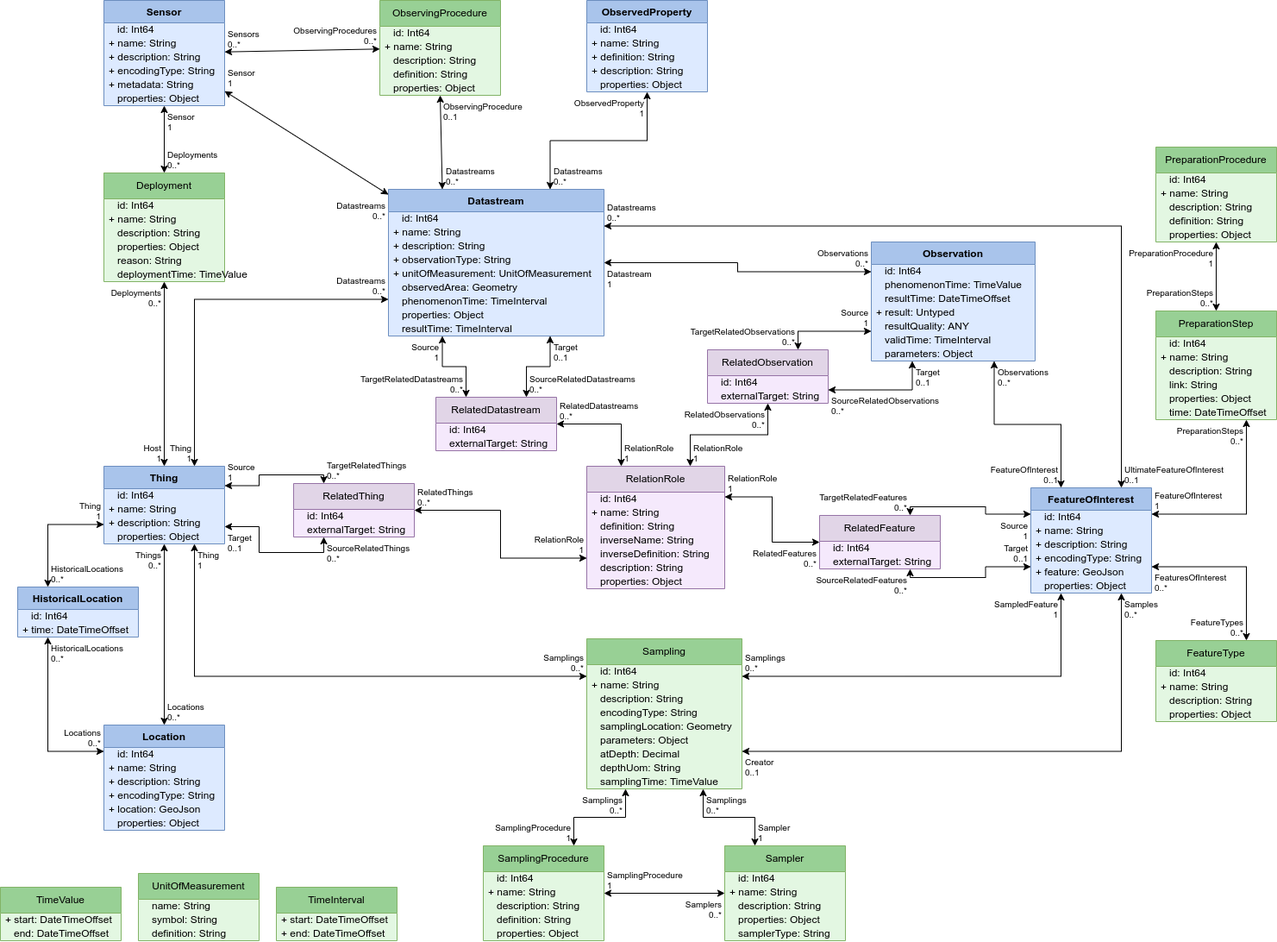
This is Datamodel-SensorThingsApi-WaterQualityIE-implemented.drawio.png from hylkevds/FROST-Server.Plugin.WaterQualityIE, a draw.io export, as it was before one commit. Source tidied: cells renumbered, new cells last; positions are measured from the earlier drawing's top-left corner, leaving out a move shared by most shapes.
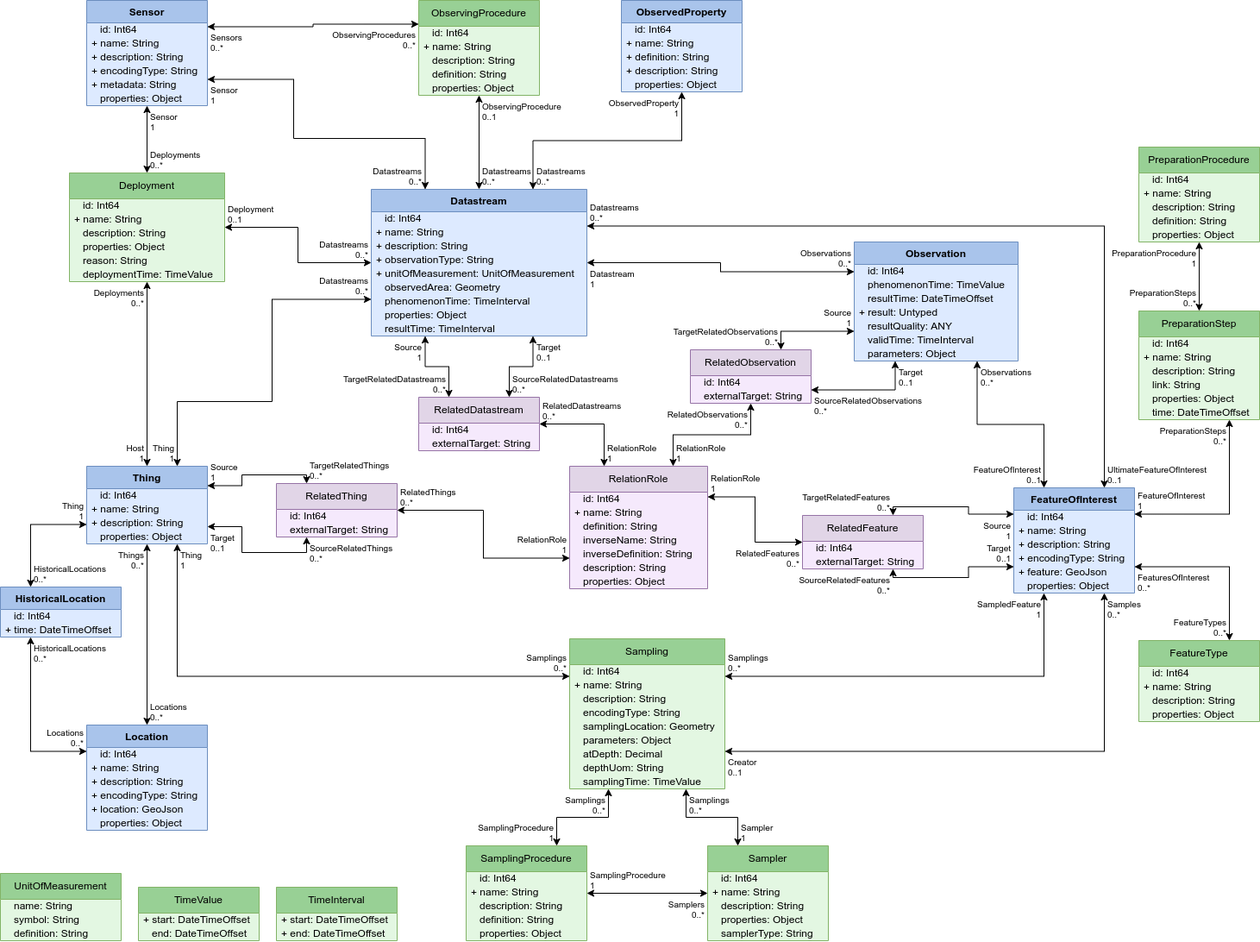
Later version of the same file.

Commit message:
Added Datastream -> Deployment link

Change to the diagram source:
```diff
@@ -33,25 +33,25 @@
       <mxGeometry y="154" width="250" height="16" as="geometry" />
     </mxCell>
     <mxCell id="12" value="Deployment" style="swimlane;fontStyle=0;horizontal=1;startSize=30;whiteSpace=wrap;html=1;fillColor=#98D095;strokeColor=#82b366;swimlaneFillColor=#E3F7E2;" parent="1" vertex="1">
-      <mxGeometry x="120" y="200" width="140" height="126" as="geometry" />
+      <mxGeometry x="100" y="200" width="180" height="126" as="geometry" />
     </mxCell>
     <mxCell id="13" value="&amp;nbsp;&amp;nbsp;&amp;nbsp;id: Int64" style="text;strokeColor=none;fillColor=none;align=left;verticalAlign=middle;spacingLeft=4;spacingRight=4;overflow=visible;html=1;" parent="12" vertex="1">
-      <mxGeometry y="30" width="140" height="16" as="geometry" />
+      <mxGeometry y="30" width="180" height="16" as="geometry" />
     </mxCell>
     <mxCell id="14" value="+ name: String" style="text;strokeColor=none;fillColor=none;align=left;verticalAlign=middle;spacingLeft=4;spacingRight=4;overflow=visible;html=1;" parent="12" vertex="1">
-      <mxGeometry y="46" width="140" height="16" as="geometry" />
+      <mxGeometry y="46" width="180" height="16" as="geometry" />
     </mxCell>
     <mxCell id="15" value="&amp;nbsp;&amp;nbsp;&amp;nbsp;description: String" style="text;strokeColor=none;fillColor=none;align=left;verticalAlign=middle;spacingLeft=4;spacingRight=4;overflow=visible;html=1;" parent="12" vertex="1">
-      <mxGeometry y="62" width="140" height="16" as="geometry" />
+      <mxGeometry y="62" width="180" height="16" as="geometry" />
     </mxCell>
     <mxCell id="16" value="&amp;nbsp;&amp;nbsp;&amp;nbsp;properties: Object" style="text;strokeColor=none;fillColor=none;align=left;verticalAlign=middle;spacingLeft=4;spacingRight=4;overflow=visible;html=1;" parent="12" vertex="1">
-      <mxGeometry y="78" width="140" height="16" as="geometry" />
+      <mxGeometry y="78" width="180" height="16" as="geometry" />
     </mxCell>
     <mxCell id="17" value="&amp;nbsp;&amp;nbsp;&amp;nbsp;reason: String" style="text;strokeColor=none;fillColor=none;align=left;verticalAlign=middle;spacingLeft=4;spacingRight=4;overflow=visible;html=1;" parent="12" vertex="1">
-      <mxGeometry y="94" width="140" height="16" as="geometry" />
+      <mxGeometry y="94" width="180" height="16" as="geometry" />
     </mxCell>
     <mxCell id="18" value="&amp;nbsp;&amp;nbsp;&amp;nbsp;deploymentTime: TimeValue" style="text;strokeColor=none;fillColor=none;align=left;verticalAlign=middle;spacingLeft=4;spacingRight=4;overflow=visible;html=1;" parent="12" vertex="1">
-      <mxGeometry y="110" width="140" height="16" as="geometry" />
+      <mxGeometry y="110" width="180" height="16" as="geometry" />
     </mxCell>
     <mxCell id="19" value="FeatureOfInterest" style="swimlane;fontStyle=1;horizontal=1;startSize=26;whiteSpace=wrap;html=1;fillColor=#A9C4EB;strokeColor=#6c8ebf;swimlaneFillColor=#DDEAFF;verticalAlign=top;" parent="1" vertex="1">
       <mxGeometry x="1195" y="565" width="140" height="122" as="geometry" />
@@ -189,7 +189,7 @@
       <mxGeometry x="1" relative="1" as="geometry" />
     </mxCell>
     <mxCell id="64" value="ObservedProperty" style="swimlane;fontStyle=1;horizontal=1;startSize=26;whiteSpace=wrap;html=1;fillColor=#A9C4EB;strokeColor=#6c8ebf;swimlaneFillColor=#DDEAFF;verticalAlign=top;" parent="1" vertex="1">
-      <mxGeometry x="680" width="140" height="106" as="geometry" />
+      <mxGeometry x="740" width="140" height="106" as="geometry" />
     </mxCell>
     <mxCell id="65" value="&amp;nbsp;&amp;nbsp;&amp;nbsp;id: Int64" style="text;strokeColor=none;fillColor=none;align=left;verticalAlign=middle;spacingLeft=4;spacingRight=4;overflow=visible;html=1;" parent="64" vertex="1">
       <mxGeometry y="26" width="140" height="16" as="geometry" />
@@ -206,7 +206,7 @@
     <mxCell id="69" value="&amp;nbsp;&amp;nbsp;&amp;nbsp;properties: Object" style="text;strokeColor=none;fillColor=none;align=left;verticalAlign=middle;spacingLeft=4;spacingRight=4;overflow=visible;html=1;" parent="64" vertex="1">
       <mxGeometry y="90" width="140" height="16" as="geometry" />
     </mxCell>
-    <mxCell id="70" style="endArrow=classic;startArrow=classic;html=1;rounded=0;edgeStyle=orthogonalEdgeStyle;entryX=0.75;entryY=0;entryDx=0;entryDy=0;" parent="1" edge="1" source="64" target="2">
+    <mxCell id="70" style="endArrow=classic;startArrow=classic;html=1;rounded=0;edgeStyle=orthogonalEdgeStyle;entryX=0.75;entryY=0;entryDx=0;entryDy=0;exitX=0.5;exitY=1;exitDx=0;exitDy=0;" parent="1" edge="1" source="64" target="2">
       <mxGeometry relative="1" as="geometry" />
     </mxCell>
     <mxCell id="71" value="ObservedProperty&lt;br&gt;1" style="edgeLabel;html=1;align=right;verticalAlign=top;labelBackgroundColor=none;fontSize=10;spacingLeft=1;spacing=3;spacingRight=2;" parent="70" vertex="1">
@@ -216,7 +216,7 @@
       <mxGeometry x="1" relative="1" as="geometry" />
     </mxCell>
     <mxCell id="73" value="ObservingProcedure" style="swimlane;fontStyle=0;horizontal=1;startSize=30;whiteSpace=wrap;html=1;fillColor=#98D095;strokeColor=#82b366;swimlaneFillColor=#E3F7E2;" parent="1" vertex="1">
-      <mxGeometry x="440" width="140" height="110" as="geometry" />
+      <mxGeometry x="505" width="140" height="110" as="geometry" />
     </mxCell>
     <mxCell id="74" value="&amp;nbsp;&amp;nbsp;&amp;nbsp;id: Int64" style="text;strokeColor=none;fillColor=none;align=left;verticalAlign=middle;spacingLeft=4;spacingRight=4;overflow=visible;html=1;" parent="73" vertex="1">
       <mxGeometry y="30" width="140" height="16" as="geometry" />
@@ -233,7 +233,7 @@
     <mxCell id="78" value="&amp;nbsp;&amp;nbsp;&amp;nbsp;properties: Object" style="text;strokeColor=none;fillColor=none;align=left;verticalAlign=middle;spacingLeft=4;spacingRight=4;overflow=visible;html=1;" parent="73" vertex="1">
       <mxGeometry y="94" width="140" height="16" as="geometry" />
     </mxCell>
-    <mxCell id="79" style="endArrow=classic;startArrow=classic;html=1;rounded=0;noEdgeStyle=1;entryX=0.25;entryY=0;entryDx=0;entryDy=0;exitX=0.5;exitY=1;exitDx=0;exitDy=0;" parent="1" edge="1" source="73" target="2">
+    <mxCell id="79" style="endArrow=classic;startArrow=classic;html=1;rounded=0;noEdgeStyle=1;entryX=0.5;entryY=0;entryDx=0;entryDy=0;exitX=0.5;exitY=1;exitDx=0;exitDy=0;" parent="1" edge="1" source="73" target="2">
       <mxGeometry relative="1" as="geometry" />
     </mxCell>
     <mxCell id="80" value="ObservingProcedure&lt;br&gt;0..1" style="edgeLabel;html=1;align=left;verticalAlign=top;labelBackgroundColor=none;fontSize=10;spacingLeft=1;spacing=3;spacingRight=2;" parent="79" vertex="1">
@@ -581,13 +581,19 @@
     <mxCell id="194" value="&amp;nbsp;&amp;nbsp;&amp;nbsp;properties: Object" style="text;strokeColor=none;fillColor=none;align=left;verticalAlign=middle;spacingLeft=4;spacingRight=4;overflow=visible;html=1;" parent="188" vertex="1">
       <mxGeometry y="106" width="140" height="16" as="geometry" />
     </mxCell>
-    <mxCell id="195" style="endArrow=classic;startArrow=classic;html=1;rounded=0;noEdgeStyle=1;" parent="1" edge="1" source="188" target="2">
-      <mxGeometry relative="1" as="geometry" />
+    <mxCell id="195" style="endArrow=classic;startArrow=classic;html=1;rounded=0;entryX=0.25;entryY=0;entryDx=0;entryDy=0;edgeStyle=orthogonalEdgeStyle;exitX=1;exitY=0.75;exitDx=0;exitDy=0;" parent="1" edge="1" source="188" target="2">
+      <mxGeometry relative="1" as="geometry">
+        <Array as="points">
+          <mxPoint x="360" y="91" />
+          <mxPoint x="360" y="160" />
+          <mxPoint x="513" y="160" />
+        </Array>
+      </mxGeometry>
     </mxCell>
-    <mxCell id="196" value="Sensor&lt;br&gt;1" style="edgeLabel;html=1;align=left;verticalAlign=bottom;labelBackgroundColor=none;fontSize=10;spacingLeft=1;spacing=3;spacingRight=2;" parent="195" vertex="1">
+    <mxCell id="196" value="Sensor&lt;br&gt;1" style="edgeLabel;html=1;align=left;verticalAlign=top;labelBackgroundColor=none;fontSize=10;spacingLeft=1;spacing=3;spacingRight=2;" parent="195" vertex="1">
       <mxGeometry x="-1" relative="1" as="geometry" />
     </mxCell>
-    <mxCell id="197" value="Datastreams&lt;br&gt;0..*" style="edgeLabel;html=1;align=right;verticalAlign=top;labelBackgroundColor=none;fontSize=10;spacingLeft=1;spacing=3;spacingRight=2;" parent="195" vertex="1">
+    <mxCell id="197" value="Datastreams&lt;br&gt;0..*" style="edgeLabel;html=1;align=right;verticalAlign=bottom;labelBackgroundColor=none;fontSize=10;spacingLeft=1;spacing=3;spacingRight=2;" parent="195" vertex="1">
       <mxGeometry x="1" relative="1" as="geometry" />
     </mxCell>
     <mxCell id="198" style="endArrow=classic;startArrow=classic;html=1;rounded=0;noEdgeStyle=1;" parent="1" edge="1" source="188" target="12">
@@ -599,13 +605,13 @@
     <mxCell id="200" value="Deployments&lt;br&gt;0..*" style="edgeLabel;html=1;align=left;verticalAlign=bottom;labelBackgroundColor=none;fontSize=10;spacingLeft=1;spacing=3;spacingRight=2;" parent="198" vertex="1">
       <mxGeometry x="1" relative="1" as="geometry" />
     </mxCell>
-    <mxCell id="201" style="endArrow=classic;startArrow=classic;html=1;rounded=0;noEdgeStyle=1;" parent="1" edge="1" source="188" target="73">
+    <mxCell id="201" style="endArrow=classic;startArrow=classic;html=1;rounded=0;edgeStyle=orthogonalEdgeStyle;exitX=1;exitY=0.25;exitDx=0;exitDy=0;entryX=0;entryY=0.25;entryDx=0;entryDy=0;" parent="1" edge="1" source="188" target="73">
       <mxGeometry relative="1" as="geometry" />
     </mxCell>
-    <mxCell id="202" value="Sensors&lt;br&gt;0..*" style="edgeLabel;html=1;align=left;verticalAlign=bottom;labelBackgroundColor=none;fontSize=10;spacingLeft=1;spacing=3;spacingRight=2;" parent="201" vertex="1">
+    <mxCell id="202" value="Sensors&lt;br&gt;0..*" style="edgeLabel;html=1;align=left;verticalAlign=top;labelBackgroundColor=none;fontSize=10;spacingLeft=1;spacing=3;spacingRight=2;" parent="201" vertex="1">
       <mxGeometry x="-1" relative="1" as="geometry" />
     </mxCell>
-    <mxCell id="203" value="ObservingProcedures&lt;br&gt;0..*" style="edgeLabel;html=1;align=right;verticalAlign=bottom;labelBackgroundColor=none;fontSize=10;spacingLeft=1;spacing=3;spacingRight=2;" parent="201" vertex="1">
+    <mxCell id="203" value="ObservingProcedures&lt;br&gt;0..*" style="edgeLabel;html=1;align=right;verticalAlign=top;labelBackgroundColor=none;fontSize=10;spacingLeft=1;spacing=3;spacingRight=2;" parent="201" vertex="1">
       <mxGeometry x="1" relative="1" as="geometry" />
     </mxCell>
     <mxCell id="204" value="Thing" style="swimlane;fontStyle=1;horizontal=1;startSize=26;whiteSpace=wrap;html=1;fillColor=#A9C4EB;strokeColor=#6c8ebf;swimlaneFillColor=#DDEAFF;verticalAlign=top;" parent="1" vertex="1">
@@ -685,7 +691,13 @@
       <mxGeometry x="1" relative="1" as="geometry" />
     </mxCell>
     <mxCell id="227" style="endArrow=classic;startArrow=classic;html=1;rounded=0;edgeStyle=orthogonalEdgeStyle;entryX=0;entryY=0.75;entryDx=0;entryDy=0;exitX=0.75;exitY=0;exitDx=0;exitDy=0;" parent="1" edge="1" source="204" target="2">
-      <mxGeometry relative="1" as="geometry" />
+      <mxGeometry relative="1" as="geometry">
+        <Array as="points">
+          <mxPoint x="225" y="465" />
+          <mxPoint x="335" y="465" />
+          <mxPoint x="335" y="347" />
+        </Array>
+      </mxGeometry>
     </mxCell>
     <mxCell id="228" value="Thing&lt;br&gt;1" style="edgeLabel;html=1;align=right;verticalAlign=bottom;labelBackgroundColor=none;fontSize=10;spacingLeft=1;spacing=3;spacingRight=2;" parent="227" vertex="1">
       <mxGeometry x="-1" relative="1" as="geometry" />
@@ -694,7 +706,7 @@
       <mxGeometry x="1" relative="1" as="geometry" />
     </mxCell>
     <mxCell id="230" value="TimeInterval" style="swimlane;fontStyle=0;horizontal=1;startSize=30;whiteSpace=wrap;html=1;fillColor=#98D095;strokeColor=#82b366;swimlaneFillColor=#E3F7E2;" parent="1" vertex="1">
-      <mxGeometry x="320" y="1028" width="140" height="62" as="geometry" />
+      <mxGeometry x="340" y="1028" width="140" height="62" as="geometry" />
     </mxCell>
     <mxCell id="231" value="+ start: DateTimeOffset" style="text;strokeColor=none;fillColor=none;align=left;verticalAlign=middle;spacingLeft=4;spacingRight=4;overflow=visible;html=1;" parent="230" vertex="1">
       <mxGeometry y="30" width="140" height="16" as="geometry" />
@@ -703,7 +715,7 @@
       <mxGeometry y="46" width="140" height="16" as="geometry" />
     </mxCell>
     <mxCell id="233" value="TimeValue" style="swimlane;fontStyle=0;horizontal=1;startSize=30;whiteSpace=wrap;html=1;fillColor=#98D095;strokeColor=#82b366;swimlaneFillColor=#E3F7E2;" parent="1" vertex="1">
-      <mxGeometry y="1028" width="140" height="62" as="geometry" />
+      <mxGeometry x="180" y="1028" width="140" height="62" as="geometry" />
     </mxCell>
     <mxCell id="234" value="+ start: DateTimeOffset" style="text;strokeColor=none;fillColor=none;align=left;verticalAlign=middle;spacingLeft=4;spacingRight=4;overflow=visible;html=1;" parent="233" vertex="1">
       <mxGeometry y="30" width="140" height="16" as="geometry" />
@@ -712,7 +724,7 @@
       <mxGeometry y="46" width="140" height="16" as="geometry" />
     </mxCell>
     <mxCell id="236" value="UnitOfMeasurement" style="swimlane;fontStyle=0;horizontal=1;startSize=30;whiteSpace=wrap;html=1;fillColor=#98D095;strokeColor=#82b366;swimlaneFillColor=#E3F7E2;" parent="1" vertex="1">
-      <mxGeometry x="160" y="1012" width="140" height="78" as="geometry" />
+      <mxGeometry x="20" y="1012" width="140" height="78" as="geometry" />
     </mxCell>
     <mxCell id="237" value="&amp;nbsp;&amp;nbsp;&amp;nbsp;name: String" style="text;strokeColor=none;fillColor=none;align=left;verticalAlign=middle;spacingLeft=4;spacingRight=4;overflow=visible;html=1;" parent="236" vertex="1">
       <mxGeometry y="30" width="140" height="16" as="geometry" />
@@ -723,5 +735,14 @@
     <mxCell id="239" value="&amp;nbsp;&amp;nbsp;&amp;nbsp;definition: String" style="text;strokeColor=none;fillColor=none;align=left;verticalAlign=middle;spacingLeft=4;spacingRight=4;overflow=visible;html=1;" parent="236" vertex="1">
       <mxGeometry y="62" width="140" height="16" as="geometry" />
     </mxCell>
+    <mxCell id="240" style="endArrow=classic;startArrow=classic;html=1;rounded=0;exitX=1;exitY=0.5;exitDx=0;exitDy=0;entryX=0;entryY=0.5;entryDx=0;entryDy=0;edgeStyle=orthogonalEdgeStyle;" parent="1" edge="1" source="12" target="2">
+      <mxGeometry relative="1" as="geometry" />
+    </mxCell>
+    <mxCell id="241" value="Deployment&lt;br&gt;0..1" style="edgeLabel;html=1;align=left;verticalAlign=bottom;labelBackgroundColor=none;fontSize=10;spacingLeft=1;spacing=3;spacingRight=2;" parent="240" vertex="1">
+      <mxGeometry x="-1" relative="1" as="geometry" />
+    </mxCell>
+    <mxCell id="242" value="Datastreams&lt;br&gt;0..*" style="edgeLabel;html=1;align=right;verticalAlign=bottom;labelBackgroundColor=none;fontSize=10;spacingLeft=1;spacing=3;spacingRight=2;" parent="240" vertex="1">
+      <mxGeometry x="1" relative="1" as="geometry" />
+    </mxCell>
   </root>
 </mxGraphModel>
```
